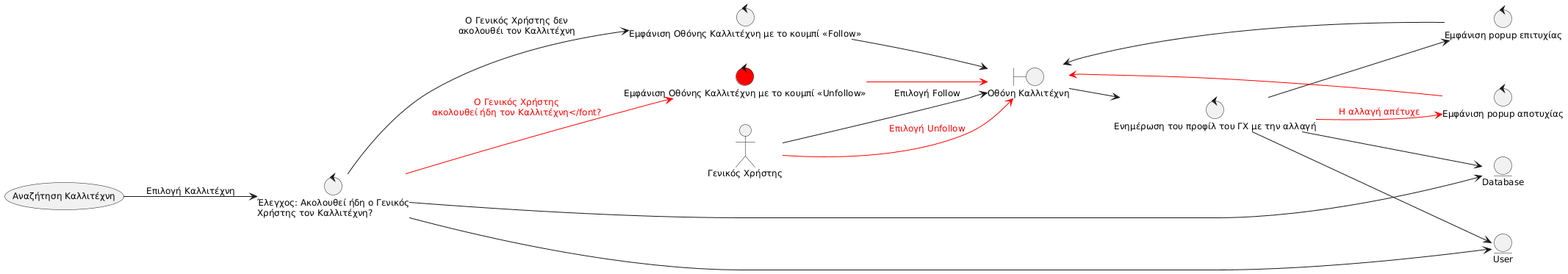
This is Paradoteo_4/Robustness-diagrams-v0.3/10. Follow-unfollow artist.png from RubenKingCP/Tunix, a PlantUML export, as it was before one commit. Its diagram source:
```plantuml
@startuml
skinparam defaultFontSize 12
left to right direction

actor "Γενικός Χρήστης" as GX

boundary "Οθόνη Καλλιτέχνη" as B_ART

control "Έλεγχος: Ακολουθεί ήδη ο Γενικός\nΧρήστης τον Καλλιτέχνη?" as C_CF
control "Εμφάνιση Οθόνης Καλλιτέχνη με το κουμπί <<Follow>>" as C_FOLL
control "Εμφάνιση Οθόνης Καλλιτέχνη με το κουμπί <<Unfollow>>" as C_UNF #red
control "Ενημέρωση του προφίλ του ΓΧ με την αλλαγή" as C_UPD
control "Εμφάνιση popup επιτυχίας" as C_SUCCSESS
control "Εμφάνιση popup αποτυχίας" as C_FAIL

entity "Database" as E_DB
entity "User" as E_USR

usecase "Αναζήτηση Καλλιτέχνη" as UC_SRART

UC_SRART --> C_CF : Επιλογή Καλλιτέχνη
C_CF --> E_DB
C_CF --> E_USR
C_CF --> C_FOLL : Ο Γενικός Χρήστης δεν\nακολουθέι τον Καλλιτέχνη
C_FOLL --> B_ART
GX --> B_ART : Επιλογή Follow
B_ART --> C_UPD
C_UPD --> E_USR
C_UPD --> E_DB
C_UPD --> C_SUCCSESS
C_SUCCSESS --> B_ART
C_CF -[#red]-> C_UNF : <font color="red">Ο Γενικός Χρήστης</font>\n<font color="red">ακολουθεί ήδη τον Καλλιτέχνη</font?
C_UNF -[#red]-> B_ART
GX -[#red]-> B_ART : <font color="red">Επιλογή Unfollow</font>
C_UPD -[#red]-> C_FAIL : <font color="red">Η αλλαγή απέτυχε</font>
C_FAIL -[#red]-> B_ART
@enduml
```
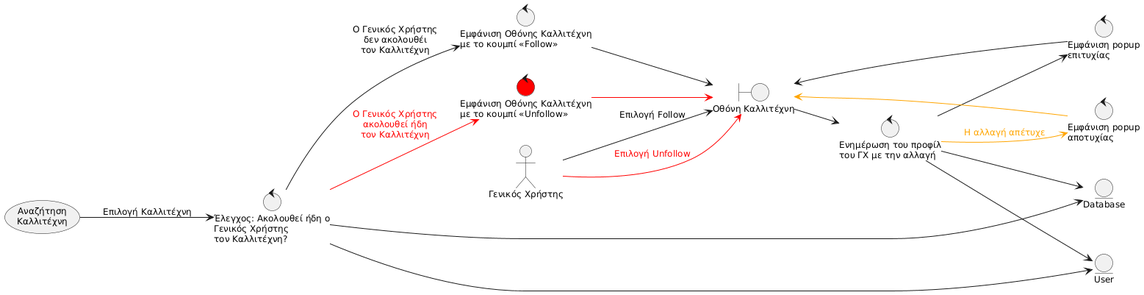
The same file after the commit.

What changed in the source:
```diff
@@ -6,22 +6,22 @@
 
 boundary "Οθόνη Καλλιτέχνη" as B_ART
 
-control "Έλεγχος: Ακολουθεί ήδη ο Γενικός\nΧρήστης τον Καλλιτέχνη?" as C_CF
-control "Εμφάνιση Οθόνης Καλλιτέχνη με το κουμπί <<Follow>>" as C_FOLL
-control "Εμφάνιση Οθόνης Καλλιτέχνη με το κουμπί <<Unfollow>>" as C_UNF #red
-control "Ενημέρωση του προφίλ του ΓΧ με την αλλαγή" as C_UPD
-control "Εμφάνιση popup επιτυχίας" as C_SUCCSESS
-control "Εμφάνιση popup αποτυχίας" as C_FAIL
+control "Έλεγχος: Ακολουθεί ήδη ο\nΓενικός Χρήστης\nτον Καλλιτέχνη?" as C_CF
+control "Εμφάνιση Οθόνης Καλλιτέχνη\nμε το κουμπί <<Follow>>" as C_FOLL
+control "Εμφάνιση Οθόνης Καλλιτέχνη\nμε το κουμπί <<Unfollow>>" as C_UNF #red
+control "Ενημέρωση του προφίλ\nτου ΓΧ με την αλλαγή" as C_UPD
+control "Εμφάνιση popup\nεπιτυχίας" as C_SUCCSESS
+control "Εμφάνιση popup\nαποτυχίας" as C_FAIL
 
 entity "Database" as E_DB
 entity "User" as E_USR
 
-usecase "Αναζήτηση Καλλιτέχνη" as UC_SRART
+usecase "Αναζήτηση\nΚαλλιτέχνη" as UC_SRART
 
 UC_SRART --> C_CF : Επιλογή Καλλιτέχνη
 C_CF --> E_DB
 C_CF --> E_USR
-C_CF --> C_FOLL : Ο Γενικός Χρήστης δεν\nακολουθέι τον Καλλιτέχνη
+C_CF --> C_FOLL : Ο Γενικός Χρήστης\nδεν ακολουθέι\nτον Καλλιτέχνη
 C_FOLL --> B_ART
 GX --> B_ART : Επιλογή Follow
 B_ART --> C_UPD
@@ -29,9 +29,9 @@
 C_UPD --> E_DB
 C_UPD --> C_SUCCSESS
 C_SUCCSESS --> B_ART
-C_CF -[#red]-> C_UNF : <font color="red">Ο Γενικός Χρήστης</font>\n<font color="red">ακολουθεί ήδη τον Καλλιτέχνη</font?
+C_CF -[#red]-> C_UNF : <font color="red">Ο Γενικός Χρήστης</font>\n<font color="red">ακολουθεί ήδη</font>\n<font color="red">τον Καλλιτέχνη</font>
 C_UNF -[#red]-> B_ART
 GX -[#red]-> B_ART : <font color="red">Επιλογή Unfollow</font>
-C_UPD -[#red]-> C_FAIL : <font color="red">Η αλλαγή απέτυχε</font>
-C_FAIL -[#red]-> B_ART
+C_UPD -[#orange]-> C_FAIL : <font color="orange">Η αλλαγή απέτυχε</font>
+C_FAIL -[#orange]-> B_ART
 @enduml
```
